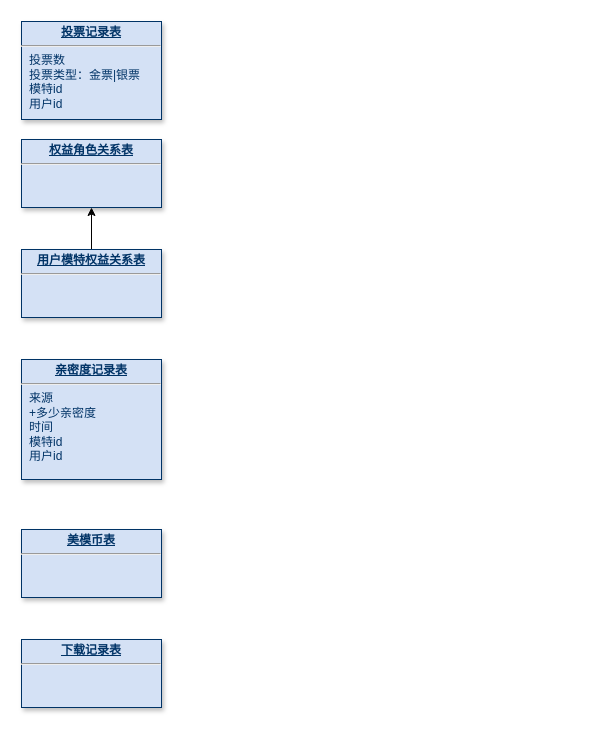
Above: Untitled Diagram.drawio in ammengke/my-drawio (draw.io), before the change. Source tidied: cells renumbered, new cells numbered last; positions are measured from the earlier drawing's top-left corner, leaving out a move shared by most shapes. Both pictures are drawn from the tidied source at 100%, with x=0, y=0 at pixel (21, 21).
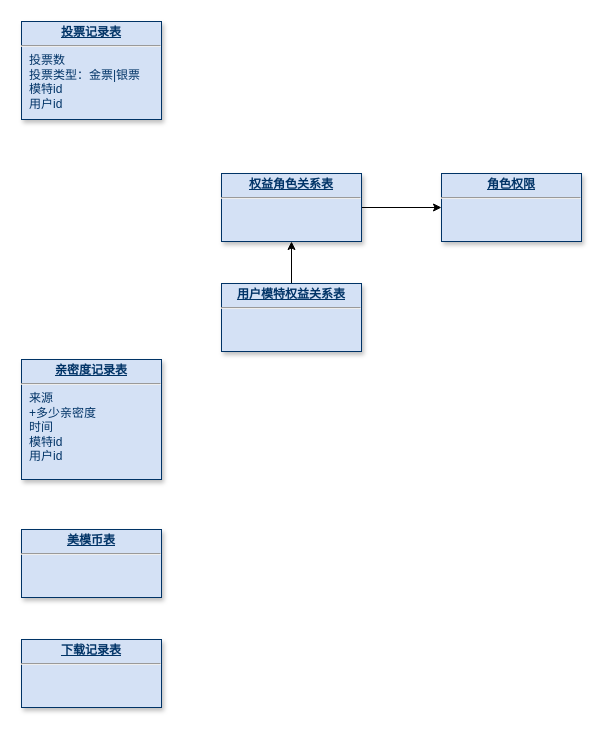
After the change.

Commit message:
美模二期表设计

The edit, as a diff of the source:
```diff
@@
 <mxGraphModel background="#ffffff">
   <root>
     <mxCell id="0" />
     <mxCell id="1" parent="0" />
     <mxCell id="2" value="&lt;p style=&quot;margin: 0px ; margin-top: 4px ; text-align: center ; text-decoration: underline&quot;&gt;&lt;b&gt;投票记录表&lt;/b&gt;&lt;/p&gt;&lt;hr&gt;&lt;p style=&quot;margin: 0px ; margin-left: 8px&quot;&gt;投票数&lt;/p&gt;&lt;p style=&quot;margin: 0px ; margin-left: 8px&quot;&gt;投票类型：金票|银票&lt;/p&gt;&lt;p style=&quot;margin: 0px ; margin-left: 8px&quot;&gt;模特id&lt;/p&gt;&lt;p style=&quot;margin: 0px ; margin-left: 8px&quot;&gt;用户id&lt;/p&gt;" style="verticalAlign=top;align=left;overflow=fill;fontSize=12;fontFamily=Helvetica;html=1;strokeColor=#003366;shadow=1;fillColor=#D4E1F5;fontColor=#003366;" parent="1" vertex="1">
       <mxGeometry width="140" height="98" as="geometry" />
     </mxCell>
+    <mxCell id="9" style="edgeStyle=orthogonalEdgeStyle;rounded=0;jettySize=auto;html=1;" parent="1" edge="1" source="3" target="10">
+      <mxGeometry relative="1" as="geometry" />
+    </mxCell>
     <mxCell id="3" value="&lt;p style=&quot;margin: 0px ; margin-top: 4px ; text-align: center ; text-decoration: underline&quot;&gt;&lt;b&gt;权益角色关系表&lt;/b&gt;&lt;/p&gt;&lt;hr&gt;&lt;p style=&quot;margin: 0px ; margin-left: 8px&quot;&gt;&lt;br&gt;&lt;/p&gt;" style="verticalAlign=top;align=left;overflow=fill;fontSize=12;fontFamily=Helvetica;html=1;strokeColor=#003366;shadow=1;fillColor=#D4E1F5;fontColor=#003366;" parent="1" vertex="1">
-      <mxGeometry y="118" width="140" height="68" as="geometry" />
+      <mxGeometry x="200" y="152" width="140" height="68" as="geometry" />
     </mxCell>
     <mxCell id="4" style="edgeStyle=orthogonalEdgeStyle;rounded=0;jettySize=auto;html=1;" parent="1" edge="1" source="5" target="3">
       <mxGeometry relative="1" as="geometry" />
     </mxCell>
     <mxCell id="5" value="&lt;p style=&quot;margin: 0px ; margin-top: 4px ; text-align: center ; text-decoration: underline&quot;&gt;&lt;b&gt;用户模特权益关系表&lt;/b&gt;&lt;/p&gt;&lt;hr&gt;&lt;p style=&quot;margin: 0px ; margin-left: 8px&quot;&gt;&lt;br&gt;&lt;/p&gt;" style="verticalAlign=top;align=left;overflow=fill;fontSize=12;fontFamily=Helvetica;html=1;strokeColor=#003366;shadow=1;fillColor=#D4E1F5;fontColor=#003366;" parent="1" vertex="1">
-      <mxGeometry y="228" width="140" height="68" as="geometry" />
+      <mxGeometry x="200" y="262" width="140" height="68" as="geometry" />
     </mxCell>
     <mxCell id="6" value="&lt;p style=&quot;margin: 0px ; margin-top: 4px ; text-align: center ; text-decoration: underline&quot;&gt;&lt;b&gt;亲密度记录表&lt;/b&gt;&lt;/p&gt;&lt;hr&gt;&lt;p style=&quot;margin: 0px ; margin-left: 8px&quot;&gt;来源&lt;/p&gt;&lt;p style=&quot;margin: 0px ; margin-left: 8px&quot;&gt;+多少亲密度&lt;br&gt;时间&lt;/p&gt;&lt;p style=&quot;margin: 0px ; margin-left: 8px&quot;&gt;模特id&lt;/p&gt;&lt;p style=&quot;margin: 0px ; margin-left: 8px&quot;&gt;用户id&lt;/p&gt;" style="verticalAlign=top;align=left;overflow=fill;fontSize=12;fontFamily=Helvetica;html=1;strokeColor=#003366;shadow=1;fillColor=#D4E1F5;fontColor=#003366;" parent="1" vertex="1">
       <mxGeometry y="338" width="140" height="120" as="geometry" />
     </mxCell>
     <mxCell id="7" value="&lt;p style=&quot;margin: 0px ; margin-top: 4px ; text-align: center ; text-decoration: underline&quot;&gt;&lt;b&gt;美模币表&lt;/b&gt;&lt;/p&gt;&lt;hr&gt;&lt;p style=&quot;margin: 0px ; margin-left: 8px&quot;&gt;&lt;br&gt;&lt;/p&gt;" style="verticalAlign=top;align=left;overflow=fill;fontSize=12;fontFamily=Helvetica;html=1;strokeColor=#003366;shadow=1;fillColor=#D4E1F5;fontColor=#003366;" parent="1" vertex="1">
       <mxGeometry y="508" width="140" height="68" as="geometry" />
     </mxCell>
     <mxCell id="8" value="&lt;p style=&quot;margin: 0px ; margin-top: 4px ; text-align: center ; text-decoration: underline&quot;&gt;&lt;b&gt;下载记录表&lt;/b&gt;&lt;/p&gt;&lt;hr&gt;&lt;p style=&quot;margin: 0px ; margin-left: 8px&quot;&gt;&lt;br&gt;&lt;/p&gt;" style="verticalAlign=top;align=left;overflow=fill;fontSize=12;fontFamily=Helvetica;html=1;strokeColor=#003366;shadow=1;fillColor=#D4E1F5;fontColor=#003366;" parent="1" vertex="1">
       <mxGeometry y="618" width="140" height="68" as="geometry" />
     </mxCell>
+    <mxCell id="10" value="&lt;p style=&quot;margin: 0px ; margin-top: 4px ; text-align: center ; text-decoration: underline&quot;&gt;&lt;b&gt;角色权限&lt;/b&gt;&lt;/p&gt;&lt;hr&gt;&lt;p style=&quot;margin: 0px ; margin-left: 8px&quot;&gt;&lt;br&gt;&lt;/p&gt;" style="verticalAlign=top;align=left;overflow=fill;fontSize=12;fontFamily=Helvetica;html=1;strokeColor=#003366;shadow=1;fillColor=#D4E1F5;fontColor=#003366;" parent="1" vertex="1">
+      <mxGeometry x="420" y="152" width="140" height="68" as="geometry" />
+    </mxCell>
   </root>
 </mxGraphModel>
```
